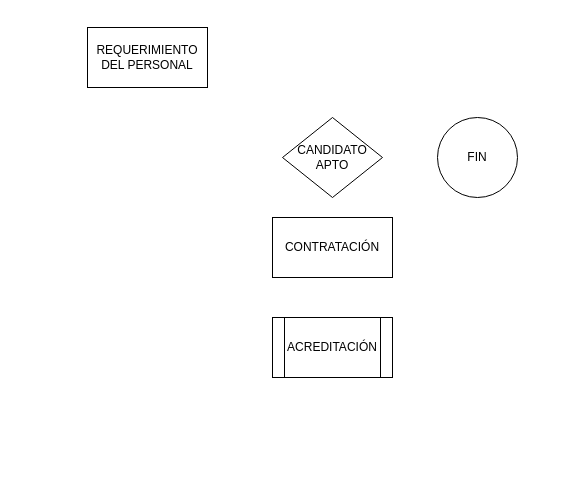
Above: Untitled Diagram.drawio in SeguridadOmega/diagrams (draw.io), before the change. Source tidied: cells renumbered, new cells numbered last; positions are measured from the earlier drawing's top-left corner, leaving out a move shared by most shapes. Both pictures are drawn from the tidied source at 100%, with x=0, y=0 at pixel (87, 27).
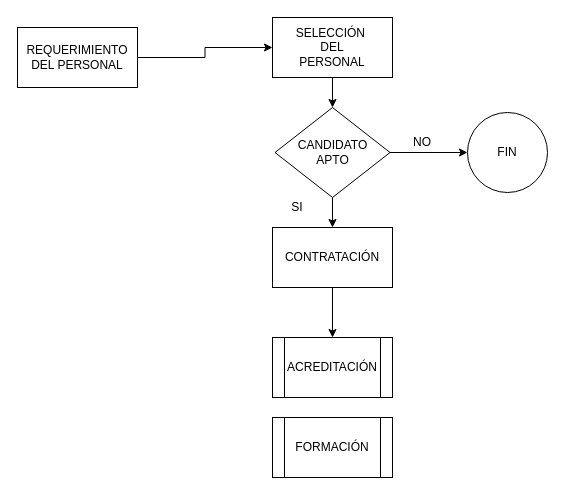
The same page after the edit.

Diff of the diagram source:
```diff
@@
 <mxGraphModel>
   <root>
     <mxCell id="0" />
     <mxCell id="1" parent="0" />
+    <mxCell id="7" style="edgeStyle=orthogonalEdgeStyle;rounded=0;jettySize=auto;html=1;exitX=1;exitY=0.5;exitDx=0;exitDy=0;" parent="1" edge="1" source="2" target="12">
+      <mxGeometry relative="1" as="geometry" />
+    </mxCell>
     <mxCell id="2" value="REQUERIMIENTO DEL PERSONAL" style="rounded=0;whiteSpace=wrap;html=1;" parent="1" vertex="1">
-      <mxGeometry width="120" height="60" as="geometry" />
+      <mxGeometry x="-70" width="120" height="60" as="geometry" />
     </mxCell>
+    <mxCell id="8" style="edgeStyle=orthogonalEdgeStyle;rounded=0;jettySize=auto;html=1;exitX=1;exitY=0.5;exitDx=0;exitDy=0;" parent="1" edge="1" source="3" target="4">
+      <mxGeometry relative="1" as="geometry" />
+    </mxCell>
+    <mxCell id="9" style="edgeStyle=orthogonalEdgeStyle;rounded=0;jettySize=auto;html=1;exitX=0.5;exitY=1;exitDx=0;exitDy=0;entryX=0.5;entryY=0;entryDx=0;entryDy=0;" parent="1" edge="1" source="3" target="5">
+      <mxGeometry relative="1" as="geometry" />
+    </mxCell>
     <mxCell id="3" value="CANDIDATO&lt;br&gt;APTO" style="rhombus;whiteSpace=wrap;html=1;" parent="1" vertex="1">
-      <mxGeometry x="195" y="90" width="100" height="80" as="geometry" />
+      <mxGeometry x="187.5" y="80" width="115" height="90" as="geometry" />
     </mxCell>
     <mxCell id="4" value="FIN" style="ellipse;whiteSpace=wrap;html=1;" parent="1" vertex="1">
-      <mxGeometry x="350" y="90" width="80" height="80" as="geometry" />
+      <mxGeometry x="380" y="85" width="80" height="80" as="geometry" />
     </mxCell>
+    <mxCell id="10" style="edgeStyle=orthogonalEdgeStyle;rounded=0;jettySize=auto;html=1;exitX=0.5;exitY=1;exitDx=0;exitDy=0;" parent="1" edge="1" source="5" target="6">
+      <mxGeometry relative="1" as="geometry" />
+    </mxCell>
     <mxCell id="5" value="CONTRATACIÓN" style="rounded=0;whiteSpace=wrap;html=1;" parent="1" vertex="1">
-      <mxGeometry x="185" y="190" width="120" height="60" as="geometry" />
+      <mxGeometry x="185" y="200" width="120" height="60" as="geometry" />
     </mxCell>
     <mxCell id="6" value="ACREDITACIÓN" style="shape=process;whiteSpace=wrap;html=1;backgroundOutline=1;" parent="1" vertex="1">
-      <mxGeometry x="185" y="290" width="120" height="60" as="geometry" />
+      <mxGeometry x="185" y="310" width="120" height="60" as="geometry" />
     </mxCell>
+    <mxCell id="11" style="edgeStyle=orthogonalEdgeStyle;rounded=0;jettySize=auto;html=1;exitX=0.5;exitY=1;exitDx=0;exitDy=0;entryX=0.5;entryY=0;entryDx=0;entryDy=0;" parent="1" edge="1" source="12" target="3">
+      <mxGeometry relative="1" as="geometry" />
+    </mxCell>
+    <mxCell id="12" value="SELECCIÓN&amp;nbsp;&lt;br&gt;DEL&lt;br&gt;PERSONAL" style="rounded=0;whiteSpace=wrap;html=1;" parent="1" vertex="1">
+      <mxGeometry x="185" y="-10" width="120" height="60" as="geometry" />
+    </mxCell>
+    <mxCell id="13" value="NO" style="text;html=1;strokeColor=none;fillColor=none;align=center;verticalAlign=middle;whiteSpace=wrap;rounded=0;" parent="1" vertex="1">
+      <mxGeometry x="305" y="100" width="60" height="30" as="geometry" />
+    </mxCell>
+    <mxCell id="14" value="SI" style="text;html=1;strokeColor=none;fillColor=none;align=center;verticalAlign=middle;whiteSpace=wrap;rounded=0;" parent="1" vertex="1">
+      <mxGeometry x="180" y="165" width="60" height="30" as="geometry" />
+    </mxCell>
+    <mxCell id="15" value="FORMACIÓN" style="shape=process;whiteSpace=wrap;html=1;backgroundOutline=1;" parent="1" vertex="1">
+      <mxGeometry x="185" y="390" width="120" height="60" as="geometry" />
+    </mxCell>
   </root>
 </mxGraphModel>
```
